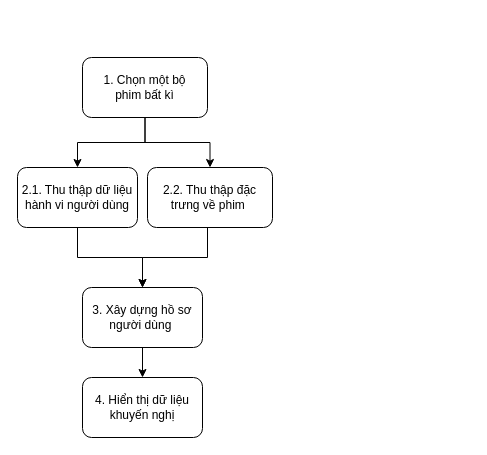
Above: page "Page-1" (1 of 2) of D1.drawio in EdgarIgnite16/Specialized-Projects (draw.io), before the change. Source tidied: cells renumbered, new cells numbered last; positions are measured from the earlier drawing's top-left corner, leaving out a move shared by most shapes. Both pictures are drawn from the tidied source at 100%, with x=0, y=0 at pixel (17, 57).
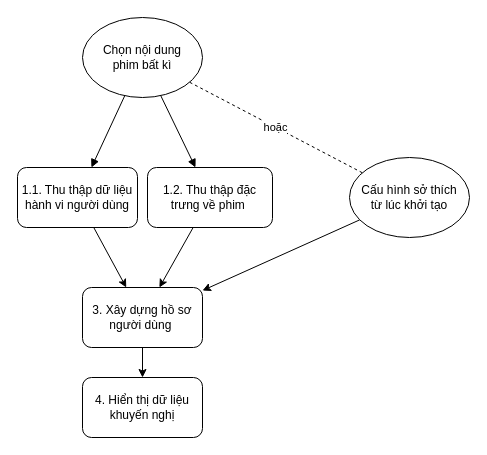
After the change.

Diff of the diagram source:
```diff
@@
 <mxGraphModel>
   <root>
     <mxCell id="0" />
     <mxCell id="1" parent="0" />
-    <mxCell id="2" style="edgeStyle=orthogonalEdgeStyle;rounded=0;jettySize=auto;html=1;" parent="1" edge="1" source="3" target="5">
-      <mxGeometry relative="1" as="geometry">
-        <Array as="points">
-          <mxPoint x="60" y="200" />
-          <mxPoint x="125" y="200" />
-        </Array>
-      </mxGeometry>
+    <mxCell id="2" style="rounded=0;jettySize=auto;html=1;" parent="1" edge="1" source="3" target="5">
+      <mxGeometry relative="1" as="geometry" />
     </mxCell>
+    <mxCell id="12" style="rounded=0;jettySize=auto;html=1;endArrow=none;endFill=0;startArrow=block;startFill=1;" parent="1" edge="1" source="3" target="14">
+      <mxGeometry relative="1" as="geometry" />
+    </mxCell>
-    <mxCell id="3" value="2.1. Thu thập dữ liệu&lt;br&gt;hành vi người dùng" style="rounded=1;whiteSpace=wrap;html=1;" parent="1" vertex="1">
+    <mxCell id="3" value="1.1. Thu thập dữ liệu&lt;br&gt;hành vi người dùng" style="rounded=1;whiteSpace=wrap;html=1;" parent="1" vertex="1">
       <mxGeometry y="110" width="120" height="60" as="geometry" />
     </mxCell>
     <mxCell id="4" style="edgeStyle=orthogonalEdgeStyle;rounded=0;jettySize=auto;html=1;" parent="1" edge="1" source="5" target="6">
       <mxGeometry relative="1" as="geometry" />
     </mxCell>
     <mxCell id="5" value="3. Xây dựng hồ sơ người dùng&amp;nbsp;" style="rounded=1;whiteSpace=wrap;html=1;" parent="1" vertex="1">
       <mxGeometry x="65" y="230" width="120" height="60" as="geometry" />
     </mxCell>
     <mxCell id="6" value="4. Hiển thị dữ liệu khuyến nghị" style="rounded=1;whiteSpace=wrap;html=1;" parent="1" vertex="1">
       <mxGeometry x="65" y="320" width="120" height="60" as="geometry" />
     </mxCell>
-    <mxCell id="7" style="edgeStyle=orthogonalEdgeStyle;rounded=0;jettySize=auto;html=1;" parent="1" edge="1" source="8" target="5">
-      <mxGeometry relative="1" as="geometry">
-        <Array as="points">
-          <mxPoint x="190" y="200" />
-          <mxPoint x="125" y="200" />
-        </Array>
-      </mxGeometry>
+    <mxCell id="7" style="rounded=0;jettySize=auto;html=1;" parent="1" edge="1" source="8" target="5">
+      <mxGeometry relative="1" as="geometry" />
     </mxCell>
-    <mxCell id="8" value="2.2. Thu thập đặc trưng về phim&amp;nbsp;" style="rounded=1;whiteSpace=wrap;html=1;" parent="1" vertex="1">
+    <mxCell id="8" value="1.2. Thu thập đặc trưng về phim&amp;nbsp;" style="rounded=1;whiteSpace=wrap;html=1;" parent="1" vertex="1">
       <mxGeometry x="130" y="110" width="125" height="60" as="geometry" />
     </mxCell>
-    <mxCell id="9" style="edgeStyle=orthogonalEdgeStyle;rounded=0;jettySize=auto;html=1;" parent="1" edge="1" source="11" target="3">
-      <mxGeometry relative="1" as="geometry" />
-    </mxCell>
-    <mxCell id="10" style="edgeStyle=orthogonalEdgeStyle;rounded=0;jettySize=auto;html=1;" parent="1" edge="1" source="11" target="8">
-      <mxGeometry relative="1" as="geometry" />
-    </mxCell>
-    <mxCell id="11" value="1. Chọn một bộ&lt;br&gt;phim bất kì" style="rounded=1;whiteSpace=wrap;html=1;" parent="1" vertex="1">
-      <mxGeometry x="65" width="125" height="60" as="geometry" />
-    </mxCell>
+    <mxCell id="13" value="hoặc" style="rounded=0;jettySize=auto;html=1;endArrow=none;endFill=0;dashed=1;" parent="1" edge="1" source="14" target="16">
+      <mxGeometry relative="1" as="geometry" />
+    </mxCell>
+    <mxCell id="14" value="Chọn nội dung&lt;br&gt;phim bất kì" style="ellipse;whiteSpace=wrap;html=1;" parent="1" vertex="1">
+      <mxGeometry x="65" y="-40" width="120" height="80" as="geometry" />
+    </mxCell>
+    <mxCell id="15" style="rounded=0;jettySize=auto;html=1;" parent="1" edge="1" source="16" target="5">
+      <mxGeometry relative="1" as="geometry" />
+    </mxCell>
+    <mxCell id="16" value="Cấu hình sở thích&lt;br&gt;từ lúc khởi tạo" style="ellipse;whiteSpace=wrap;html=1;" parent="1" vertex="1">
+      <mxGeometry x="332" y="100" width="120" height="80" as="geometry" />
+    </mxCell>
+    <mxCell id="17" style="rounded=0;jettySize=auto;html=1;endArrow=none;endFill=0;startArrow=block;startFill=1;" parent="1" edge="1" source="8" target="14">
+      <mxGeometry relative="1" as="geometry" />
+    </mxCell>
   </root>
 </mxGraphModel>
```
